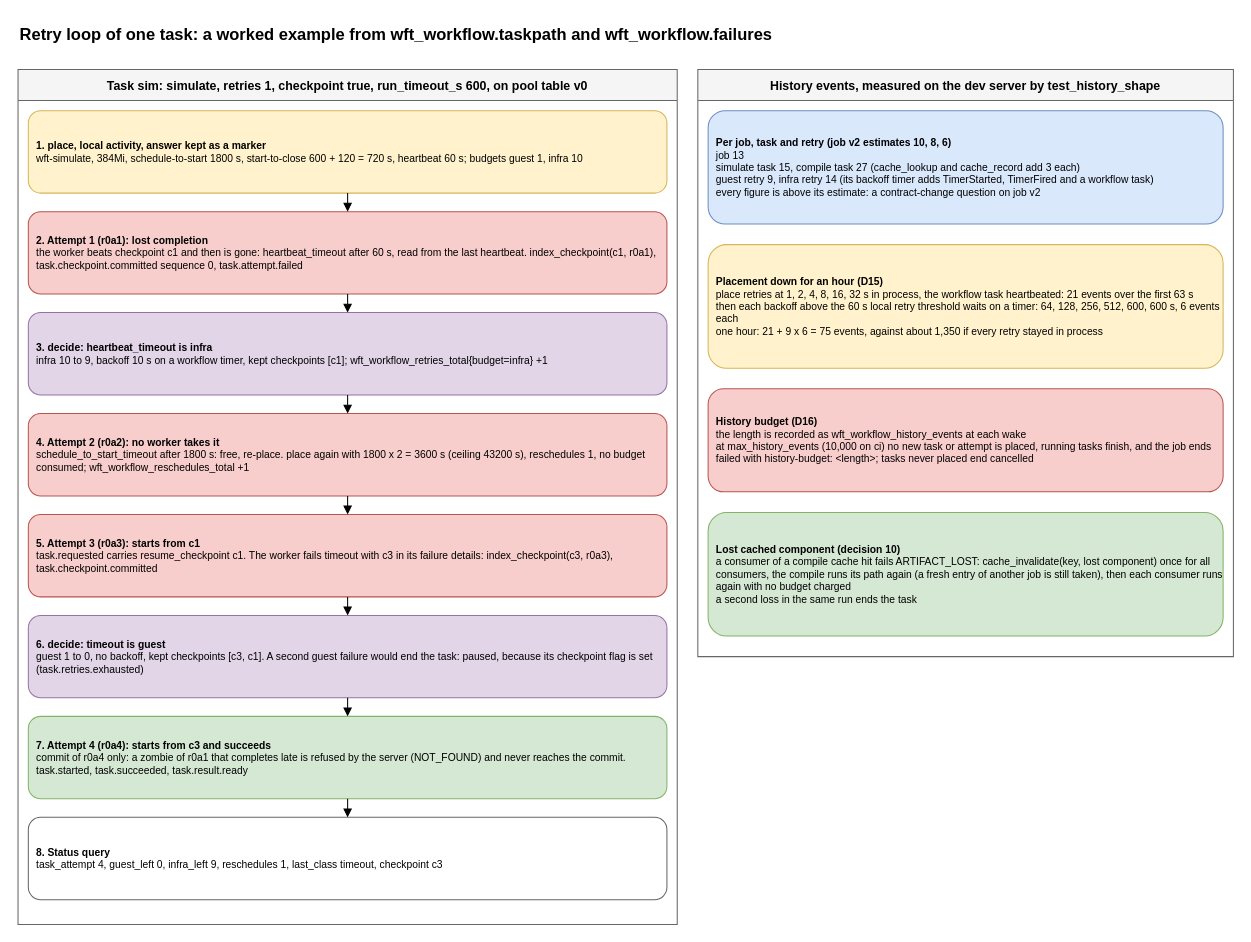
Earlier version of the draw.io diagram packages/workflow/retry-loop.drawio (AndoNorth/disyard). Source tidied: cells renumbered, new cells numbered last; positions are measured from the earlier drawing's top-left corner, leaving out a move shared by most shapes. Both pictures are drawn from the tidied source at 103%, with x=0, y=0 at pixel (18, 18).
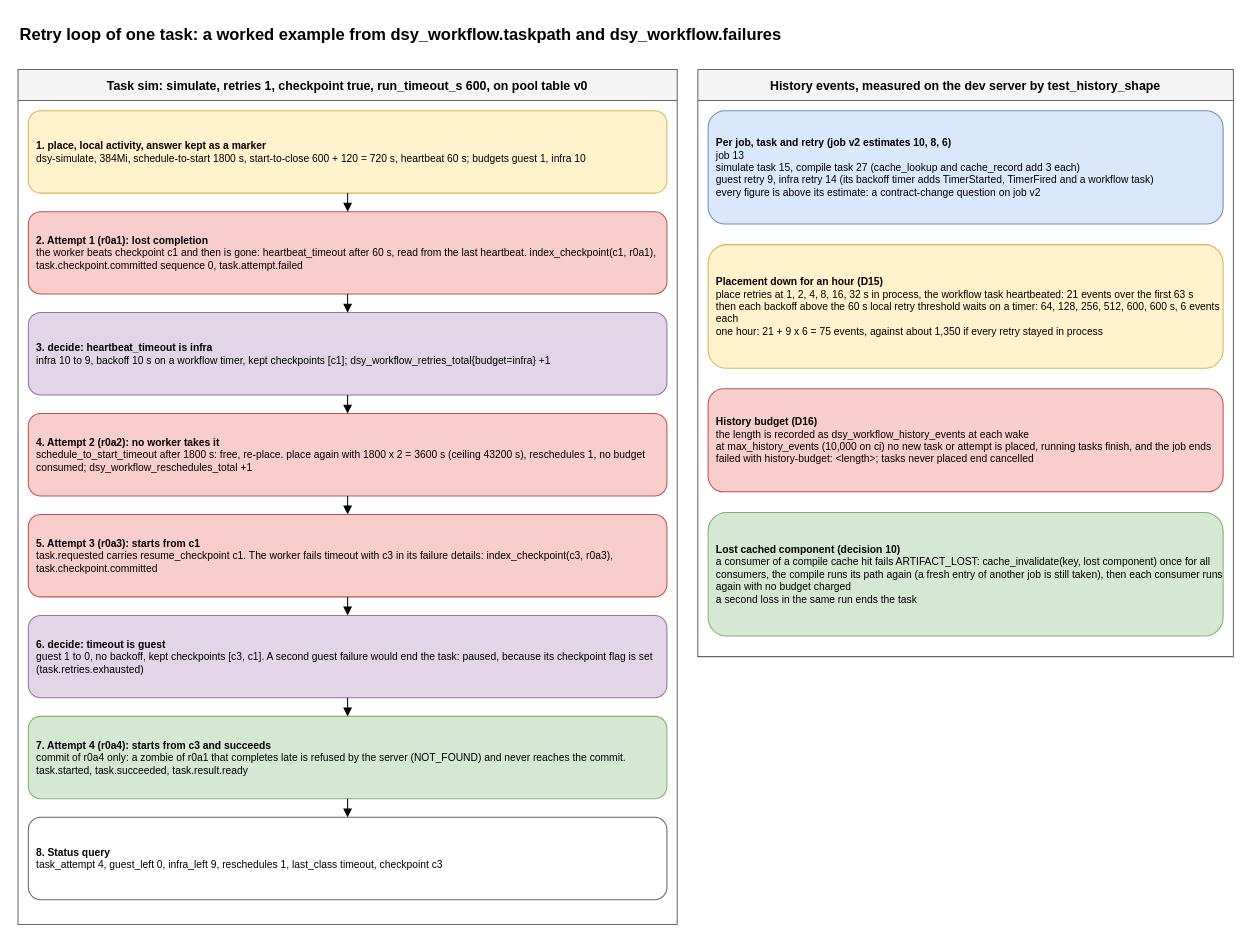
Above is the later version.

Unchanged cells that the change refers to:
```xml
<mxCell id="3" value="Task sim: simulate, retries 1, checkpoint true, run_timeout_s 600, on pool table v0" style="swimlane;startSize=30;fillColor=#f5f5f5;strokeColor=#666666;fontStyle=1;" parent="1" vertex="1">
  <mxGeometry y="50" width="640" height="830" as="geometry" />
</mxCell>
<mxCell id="19" value="History events, measured on the dev server by test_history_shape" style="swimlane;startSize=30;fillColor=#f5f5f5;strokeColor=#666666;fontStyle=1;" parent="1" vertex="1">
  <mxGeometry x="660" y="50" width="520" height="570" as="geometry" />
</mxCell>
```

The edit, as a diff of the source:
```diff
@@
-    <mxCell id="2" value="Retry loop of one task: a worked example from wft_workflow.taskpath and wft_workflow.failures" style="text;html=1;fontSize=16;fontStyle=1;align=left;" parent="1" vertex="1">
+    <mxCell id="2" value="Retry loop of one task: a worked example from dsy_workflow.taskpath and dsy_workflow.failures" style="text;html=1;fontSize=16;fontStyle=1;align=left;" parent="1" vertex="1">
       <mxGeometry width="1180" height="30" as="geometry" />
     </mxCell>
@@
-    <mxCell id="4" value="&lt;b&gt;1. place, local activity, answer kept as a marker&lt;/b&gt;&lt;br&gt;wft-simulate, 384Mi, schedule-to-start 1800 s, start-to-close 600 + 120 = 720 s, heartbeat 60 s; budgets guest 1, infra 10" style="rounded=1;whiteSpace=wrap;html=1;fillColor=#fff2cc;strokeColor=#d6b656;fontSize=10;align=left;spacingLeft=6;" parent="3" vertex="1">
+    <mxCell id="4" value="&lt;b&gt;1. place, local activity, answer kept as a marker&lt;/b&gt;&lt;br&gt;dsy-simulate, 384Mi, schedule-to-start 1800 s, start-to-close 600 + 120 = 720 s, heartbeat 60 s; budgets guest 1, infra 10" style="rounded=1;whiteSpace=wrap;html=1;fillColor=#fff2cc;strokeColor=#d6b656;fontSize=10;align=left;spacingLeft=6;" parent="3" vertex="1">
       <mxGeometry x="10" y="40" width="620" height="80" as="geometry" />
     </mxCell>
@@
-    <mxCell id="7" value="&lt;b&gt;3. decide: heartbeat_timeout is infra&lt;/b&gt;&lt;br&gt;infra 10 to 9, backoff 10 s on a workflow timer, kept checkpoints [c1]; wft_workflow_retries_total{budget=infra} +1" style="rounded=1;whiteSpace=wrap;html=1;fillColor=#e1d5e7;strokeColor=#9673a6;fontSize=10;align=left;spacingLeft=6;" parent="3" vertex="1">
+    <mxCell id="7" value="&lt;b&gt;3. decide: heartbeat_timeout is infra&lt;/b&gt;&lt;br&gt;infra 10 to 9, backoff 10 s on a workflow timer, kept checkpoints [c1]; dsy_workflow_retries_total{budget=infra} +1" style="rounded=1;whiteSpace=wrap;html=1;fillColor=#e1d5e7;strokeColor=#9673a6;fontSize=10;align=left;spacingLeft=6;" parent="3" vertex="1">
       <mxGeometry x="10" y="236" width="620" height="80" as="geometry" />
     </mxCell>
@@
-    <mxCell id="9" value="&lt;b&gt;4. Attempt 2 (r0a2): no worker takes it&lt;/b&gt;&lt;br&gt;schedule_to_start_timeout after 1800 s: free, re-place. place again with 1800 x 2 = 3600 s (ceiling 43200 s), reschedules 1, no budget consumed; wft_workflow_reschedules_total +1" style="rounded=1;whiteSpace=wrap;html=1;fillColor=#f8cecc;strokeColor=#b85450;fontSize=10;align=left;spacingLeft=6;" parent="3" vertex="1">
+    <mxCell id="9" value="&lt;b&gt;4. Attempt 2 (r0a2): no worker takes it&lt;/b&gt;&lt;br&gt;schedule_to_start_timeout after 1800 s: free, re-place. place again with 1800 x 2 = 3600 s (ceiling 43200 s), reschedules 1, no budget consumed; dsy_workflow_reschedules_total +1" style="rounded=1;whiteSpace=wrap;html=1;fillColor=#f8cecc;strokeColor=#b85450;fontSize=10;align=left;spacingLeft=6;" parent="3" vertex="1">
       <mxGeometry x="10" y="334" width="620" height="80" as="geometry" />
     </mxCell>
@@
-    <mxCell id="22" value="&lt;b&gt;History budget (D16)&lt;/b&gt;&lt;br&gt;the length is recorded as wft_workflow_history_events at each wake&lt;br&gt;at max_history_events (10,000 on ci) no new task or attempt is placed, running tasks finish, and the job ends failed with history-budget: &amp;lt;length&amp;gt;; tasks never placed end cancelled" style="rounded=1;whiteSpace=wrap;html=1;fillColor=#f8cecc;strokeColor=#b85450;fontSize=10;align=left;spacingLeft=6;" parent="19" vertex="1">
+    <mxCell id="22" value="&lt;b&gt;History budget (D16)&lt;/b&gt;&lt;br&gt;the length is recorded as dsy_workflow_history_events at each wake&lt;br&gt;at max_history_events (10,000 on ci) no new task or attempt is placed, running tasks finish, and the job ends failed with history-budget: &amp;lt;length&amp;gt;; tasks never placed end cancelled" style="rounded=1;whiteSpace=wrap;html=1;fillColor=#f8cecc;strokeColor=#b85450;fontSize=10;align=left;spacingLeft=6;" parent="19" vertex="1">
       <mxGeometry x="10" y="310" width="500" height="100" as="geometry" />
     </mxCell>
```
